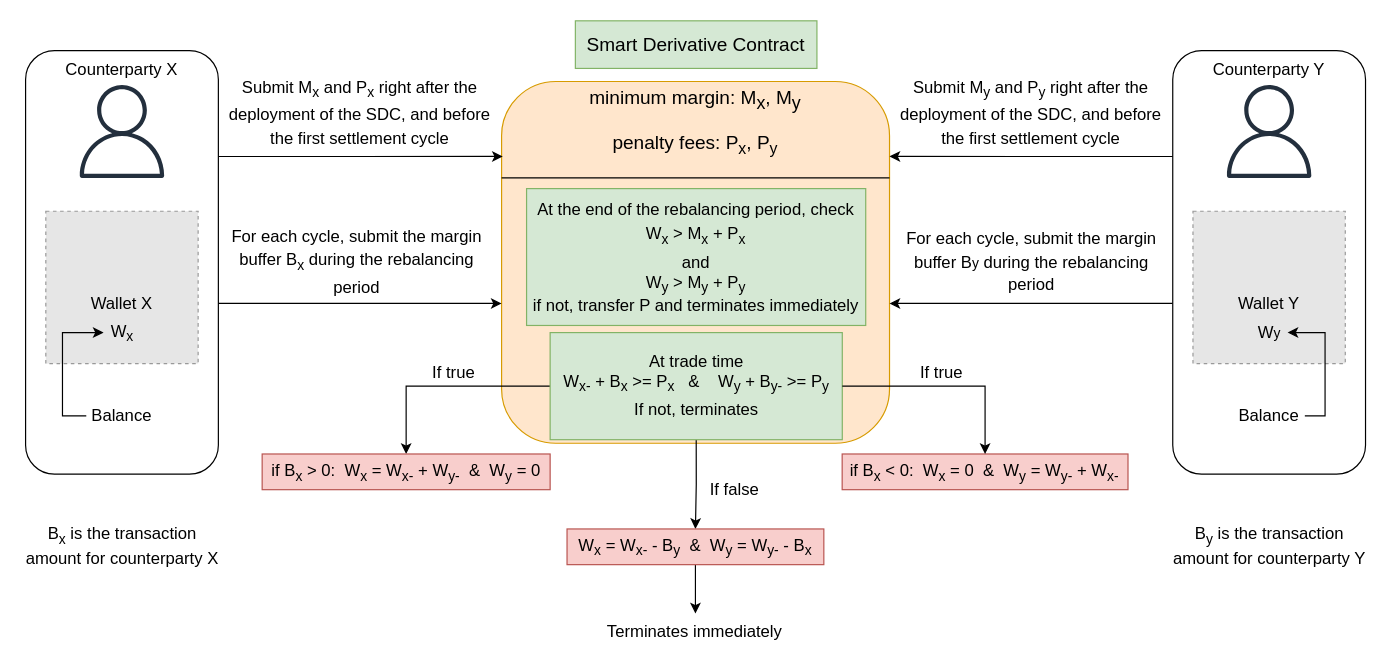
The draw.io diagram page "Contract Wallet" (4 of 5) of qualitaX.drawio in Edoumou/drawings, before the edit. Source tidied: cells renumbered, new cells numbered last; positions are measured from the earlier drawing's top-left corner, leaving out a move shared by most shapes. Both pictures are drawn from the tidied source at 119%, with x=0, y=0 at pixel (19, 20). Pictures stored in the file or linked from it are replaced by grey dashed boxes.
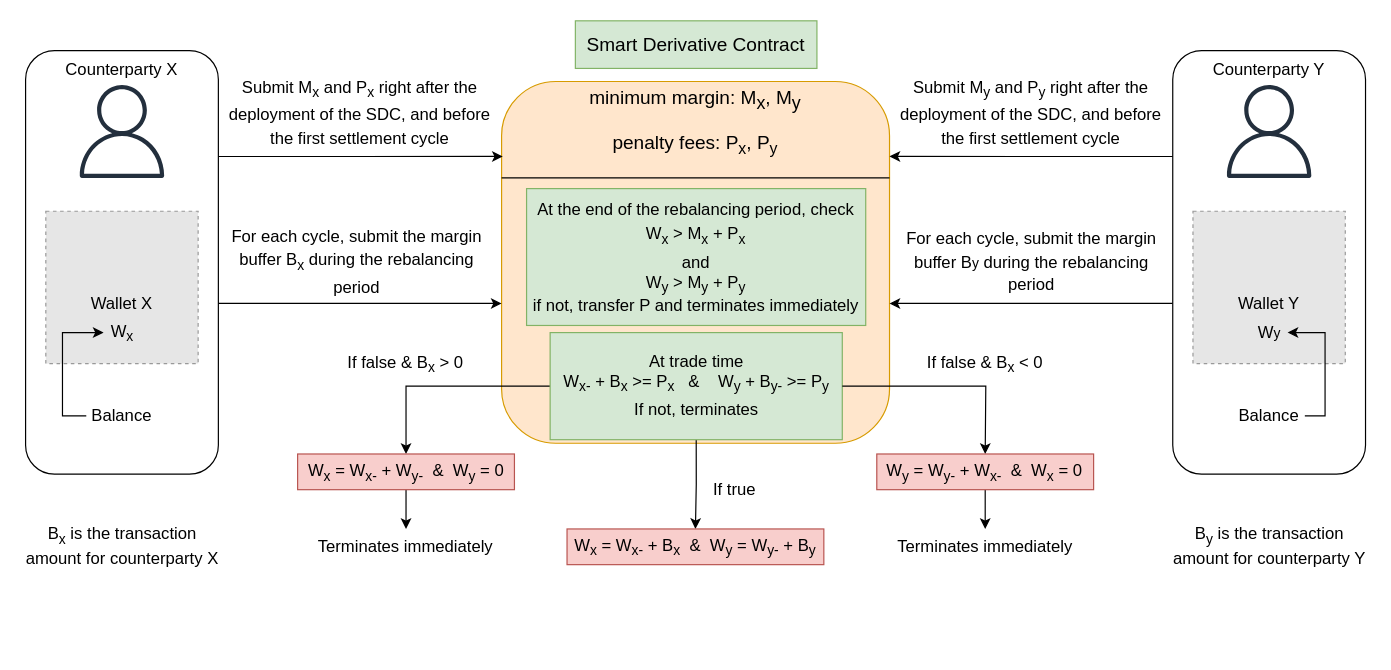
The same page after the edit.

The change refers to these unchanged cells:
```xml
<mxCell id="32" value="&lt;font style=&quot;font-size: 14px;&quot;&gt;At trade time&lt;/font&gt;&lt;div style=&quot;line-height: 140%; font-size: 14px;&quot;&gt;&lt;font style=&quot;font-size: 14px;&quot;&gt;W&lt;sub&gt;x-&lt;/sub&gt; + B&lt;sub&gt;x&lt;/sub&gt; &amp;gt;= P&lt;sub&gt;x&lt;/sub&gt;&amp;nbsp; &amp;nbsp;&amp;amp;&amp;nbsp; &amp;nbsp; W&lt;sub&gt;y&lt;/sub&gt; + B&lt;sub&gt;y-&lt;/sub&gt; &amp;gt;= P&lt;sub&gt;y&lt;/sub&gt;&lt;/font&gt;&lt;/div&gt;&lt;div style=&quot;font-size: 14px; line-height: 140%;&quot;&gt;&lt;font style=&quot;font-size: 14px;&quot;&gt;If not, terminates&lt;/font&gt;&lt;/div&gt;" style="text;html=1;align=center;verticalAlign=middle;whiteSpace=wrap;rounded=0;fillColor=#d5e8d4;strokeColor=#82b366;" parent="1" vertex="1">
  <mxGeometry x="445.8" y="262" width="245.5" height="90" as="geometry" />
</mxCell>
```

Change to the diagram source:
```diff
@@
+    <mxCell id="44" style="edgeStyle=orthogonalEdgeStyle;rounded=0;jettySize=auto;html=1;entryX=0.5;entryY=0;entryDx=0;entryDy=0;" parent="1" edge="1" source="33" target="45">
+      <mxGeometry relative="1" as="geometry" />
+    </mxCell>
-    <mxCell id="33" value="&lt;font style=&quot;font-size: 14px;&quot;&gt;if B&lt;sub&gt;x&lt;/sub&gt; &amp;gt; 0:&amp;nbsp; W&lt;sub&gt;x&lt;/sub&gt; = W&lt;sub&gt;x-&lt;/sub&gt; + W&lt;sub&gt;y-&lt;/sub&gt;&amp;nbsp; &amp;amp;&amp;nbsp; W&lt;sub&gt;y&lt;/sub&gt; = 0&lt;/font&gt;" style="text;html=1;align=center;verticalAlign=middle;whiteSpace=wrap;rounded=0;fillColor=#f8cecc;strokeColor=#b85450;" parent="1" vertex="1">
-      <mxGeometry x="203.8" y="364" width="242" height="30" as="geometry" />
+    <mxCell id="33" value="&lt;font style=&quot;font-size: 14px;&quot;&gt;W&lt;sub&gt;x&lt;/sub&gt; = W&lt;sub&gt;x-&lt;/sub&gt; + W&lt;sub&gt;y-&lt;/sub&gt;&amp;nbsp; &amp;amp;&amp;nbsp; W&lt;sub&gt;y&lt;/sub&gt; = 0&lt;/font&gt;" style="text;html=1;align=center;verticalAlign=middle;whiteSpace=wrap;rounded=0;fillColor=#f8cecc;strokeColor=#b85450;" parent="1" vertex="1">
+      <mxGeometry x="233.6" y="364" width="182.2" height="30" as="geometry" />
     </mxCell>
-    <mxCell id="34" value="&lt;font style=&quot;font-size: 14px;&quot;&gt;if B&lt;sub&gt;x&lt;/sub&gt; &amp;lt; 0:&amp;nbsp; W&lt;sub&gt;x&lt;/sub&gt; = 0&amp;nbsp; &amp;amp;&amp;nbsp; W&lt;sub&gt;y&lt;/sub&gt; = W&lt;sub&gt;y-&lt;/sub&gt; + W&lt;sub&gt;x-&lt;/sub&gt;&lt;/font&gt;" style="text;html=1;align=center;verticalAlign=middle;whiteSpace=wrap;rounded=0;fillColor=#f8cecc;strokeColor=#b85450;" parent="1" vertex="1">
-      <mxGeometry x="691.2" y="364" width="240.2" height="30" as="geometry" />
-    </mxCell>
-    <mxCell id="35" style="edgeStyle=orthogonalEdgeStyle;rounded=0;jettySize=auto;html=1;exitX=1;exitY=0.5;exitDx=0;exitDy=0;entryX=0.5;entryY=0;entryDx=0;entryDy=0;" parent="1" edge="1" source="32" target="34">
-      <mxGeometry relative="1" as="geometry" />
+    <mxCell id="35" style="edgeStyle=orthogonalEdgeStyle;rounded=0;jettySize=auto;html=1;exitX=1;exitY=0.5;exitDx=0;exitDy=0;entryX=0.5;entryY=0;entryDx=0;entryDy=0;" parent="1" edge="1" source="32">
+      <mxGeometry relative="1" as="geometry">
+        <mxPoint x="811.4" y="364" as="targetPoint" />
+      </mxGeometry>
     </mxCell>
-    <mxCell id="36" value="&lt;font style=&quot;font-size: 14px;&quot;&gt;If true&lt;/font&gt;" style="text;html=1;align=center;verticalAlign=middle;whiteSpace=wrap;rounded=0;" parent="1" vertex="1">
-      <mxGeometry x="340" y="286" width="50" height="20" as="geometry" />
+    <mxCell id="36" value="&lt;font style=&quot;font-size: 14px;&quot;&gt;If false &amp;amp; B&lt;sub&gt;x&lt;/sub&gt; &amp;gt; 0&lt;/font&gt;" style="text;html=1;align=center;verticalAlign=middle;whiteSpace=wrap;rounded=0;" parent="1" vertex="1">
+      <mxGeometry x="273.2" y="278" width="103" height="20" as="geometry" />
     </mxCell>
-    <mxCell id="37" value="&lt;font style=&quot;font-size: 14px;&quot;&gt;If true&lt;/font&gt;" style="text;html=1;align=center;verticalAlign=middle;whiteSpace=wrap;rounded=0;" parent="1" vertex="1">
-      <mxGeometry x="750" y="286" width="50" height="20" as="geometry" />
-    </mxCell>
-    <mxCell id="38" style="edgeStyle=orthogonalEdgeStyle;rounded=0;jettySize=auto;html=1;entryX=0.5;entryY=0;entryDx=0;entryDy=0;" parent="1" edge="1" source="39" target="41">
-      <mxGeometry relative="1" as="geometry" />
-    </mxCell>
-    <mxCell id="39" value="&lt;span style=&quot;font-size: 14px;&quot;&gt;W&lt;sub&gt;x&lt;/sub&gt; = W&lt;sub&gt;x-&lt;/sub&gt; - B&lt;sub&gt;y&lt;/sub&gt;&amp;nbsp; &amp;amp;&amp;nbsp; W&lt;sub&gt;y&lt;/sub&gt; = W&lt;sub&gt;y-&lt;/sub&gt; - B&lt;sub&gt;x&lt;/sub&gt;&lt;/span&gt;" style="text;html=1;align=center;verticalAlign=middle;whiteSpace=wrap;rounded=0;fillColor=#f8cecc;strokeColor=#b85450;" parent="1" vertex="1">
+    <mxCell id="39" value="&lt;span style=&quot;font-size: 14px;&quot;&gt;W&lt;sub&gt;x&lt;/sub&gt; = W&lt;sub&gt;x-&lt;/sub&gt;&amp;nbsp;+ B&lt;sub&gt;x&lt;/sub&gt;&amp;nbsp; &amp;amp;&amp;nbsp; W&lt;sub&gt;y&lt;/sub&gt; = W&lt;sub&gt;y-&lt;/sub&gt;&amp;nbsp;+ B&lt;sub&gt;y&lt;/sub&gt;&lt;/span&gt;" style="text;html=1;align=center;verticalAlign=middle;whiteSpace=wrap;rounded=0;fillColor=#f8cecc;strokeColor=#b85450;" parent="1" vertex="1">
       <mxGeometry x="460" y="427" width="215.8" height="30" as="geometry" />
     </mxCell>
-    <mxCell id="40" value="&lt;font style=&quot;font-size: 14px;&quot;&gt;If false&lt;/font&gt;" style="text;html=1;align=center;verticalAlign=middle;whiteSpace=wrap;rounded=0;" parent="1" vertex="1">
+    <mxCell id="40" value="&lt;font style=&quot;font-size: 14px;&quot;&gt;If true&lt;/font&gt;" style="text;html=1;align=center;verticalAlign=middle;whiteSpace=wrap;rounded=0;" parent="1" vertex="1">
       <mxGeometry x="576" y="384" width="50" height="20" as="geometry" />
     </mxCell>
-    <mxCell id="41" value="&lt;font style=&quot;font-size: 14px;&quot;&gt;Terminates immediately&lt;/font&gt;" style="text;html=1;align=center;verticalAlign=middle;whiteSpace=wrap;rounded=0;" parent="1" vertex="1">
-      <mxGeometry x="489.4" y="498" width="157" height="30" as="geometry" />
-    </mxCell>
@@
+    <mxCell id="45" value="&lt;font style=&quot;font-size: 14px;&quot;&gt;Terminates immediately&lt;/font&gt;" style="text;html=1;align=center;verticalAlign=middle;whiteSpace=wrap;rounded=0;" parent="1" vertex="1">
+      <mxGeometry x="246.2" y="427" width="157" height="30" as="geometry" />
+    </mxCell>
+    <mxCell id="46" value="&lt;font style=&quot;font-size: 14px;&quot;&gt;If false &amp;amp; B&lt;sub&gt;x&lt;/sub&gt;&amp;nbsp;&amp;lt; 0&lt;/font&gt;" style="text;html=1;align=center;verticalAlign=middle;whiteSpace=wrap;rounded=0;" parent="1" vertex="1">
+      <mxGeometry x="759.9" y="278" width="103" height="20" as="geometry" />
+    </mxCell>
+    <mxCell id="47" style="edgeStyle=orthogonalEdgeStyle;rounded=0;jettySize=auto;html=1;entryX=0.5;entryY=0;entryDx=0;entryDy=0;" parent="1" edge="1" source="48" target="49">
+      <mxGeometry relative="1" as="geometry" />
+    </mxCell>
+    <mxCell id="48" value="&lt;font style=&quot;font-size: 14px;&quot;&gt;W&lt;sub&gt;y&lt;/sub&gt; = W&lt;sub&gt;y-&lt;/sub&gt; + W&lt;sub&gt;x-&lt;/sub&gt;&amp;nbsp; &amp;amp;&amp;nbsp; W&lt;sub&gt;x&lt;/sub&gt; = 0&lt;/font&gt;" style="text;html=1;align=center;verticalAlign=middle;whiteSpace=wrap;rounded=0;fillColor=#f8cecc;strokeColor=#b85450;" parent="1" vertex="1">
+      <mxGeometry x="720.3" y="364" width="182.2" height="30" as="geometry" />
+    </mxCell>
+    <mxCell id="49" value="&lt;font style=&quot;font-size: 14px;&quot;&gt;Terminates immediately&lt;/font&gt;" style="text;html=1;align=center;verticalAlign=middle;whiteSpace=wrap;rounded=0;" parent="1" vertex="1">
+      <mxGeometry x="732.9" y="427" width="157" height="30" as="geometry" />
+    </mxCell>
```
